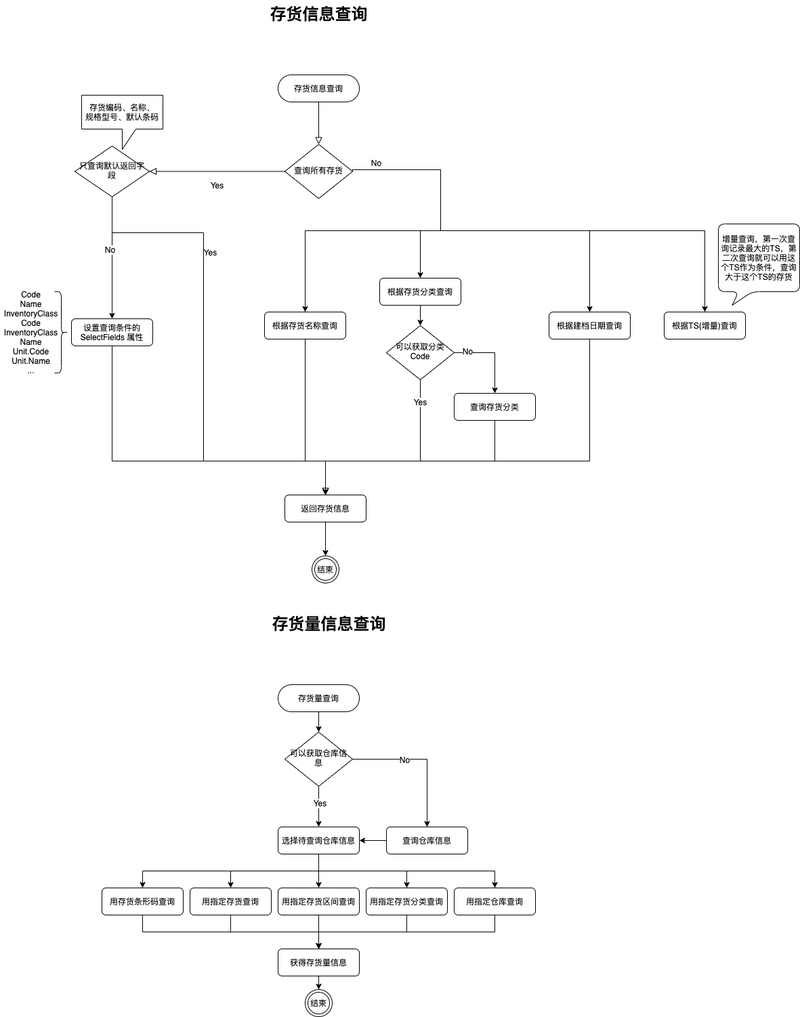
liuoomei/doc keeps this draw.io diagram as 查询存货信息流程图.png. Above is the earlier version. Source tidied: cells renumbered, new cells last; positions are measured from the earlier drawing's top-left corner, leaving out a move shared by most shapes.
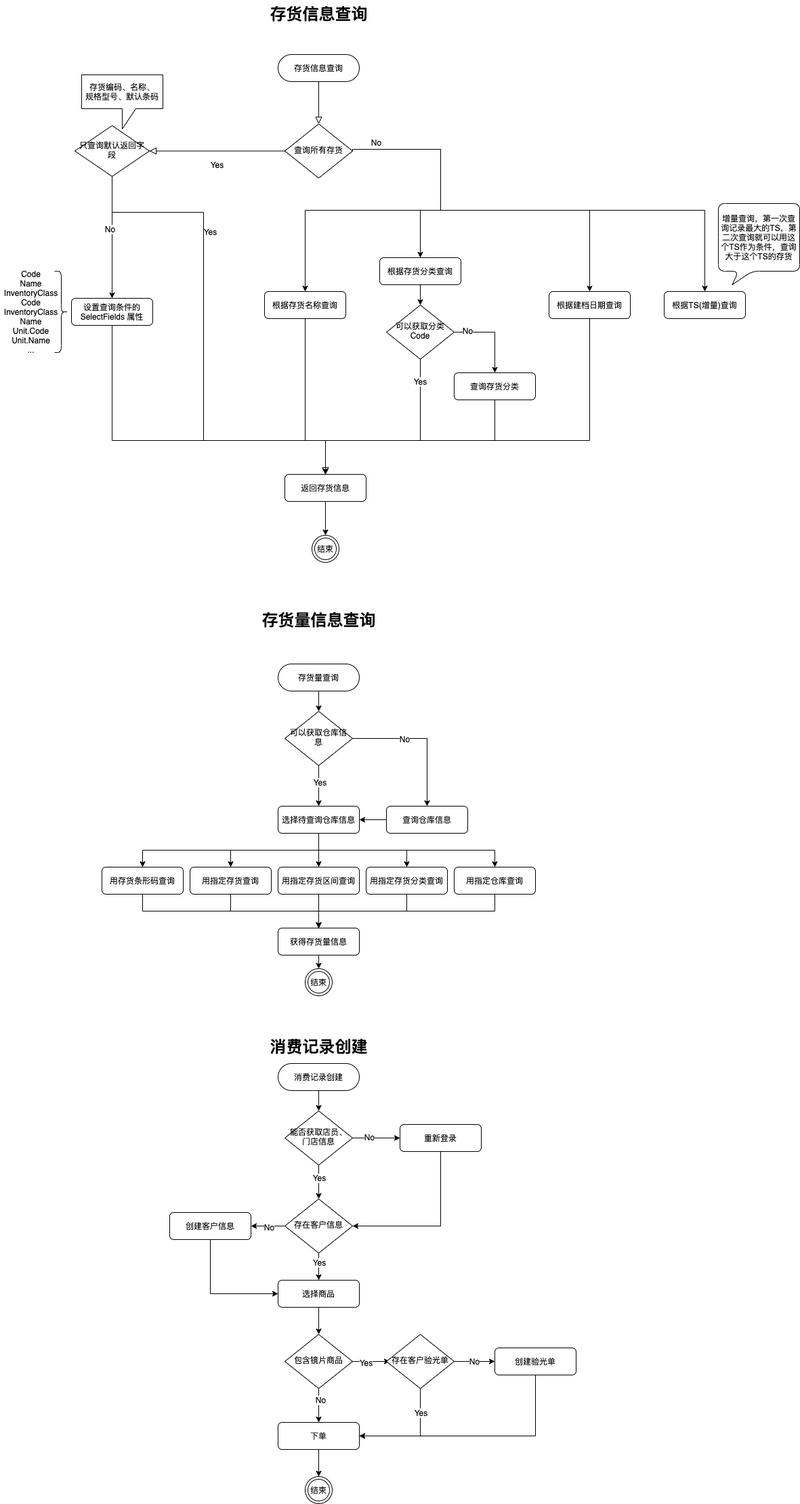
The same diagram one commit later.

Commit message:
Update 查询存货信息流程图.png

What changed in the source:
```diff
@@ -2,6 +2,9 @@
   <root>
     <mxCell id="0" />
     <mxCell id="1" parent="0" />
+    <mxCell id="39" value="根据建档日期查询" style="rounded=1;whiteSpace=wrap;html=1;fontSize=12;glass=0;strokeWidth=1;shadow=0;" parent="1" vertex="1">
+      <mxGeometry x="810" y="460" width="120" height="40" as="geometry" />
+    </mxCell>
     <mxCell id="2" style="rounded=0;html=1;jettySize=auto;fontSize=11;endArrow=block;endFill=0;endSize=8;strokeWidth=1;shadow=0;labelBackgroundColor=none;edgeStyle=orthogonalEdgeStyle;" parent="1" edge="1" source="3" target="10">
       <mxGeometry relative="1" as="geometry" />
     </mxCell>
@@ -152,7 +155,7 @@
       <mxGeometry x="980" y="460" width="120" height="40" as="geometry" />
     </mxCell>
     <mxCell id="32" value="存货信息查询" style="text;strokeColor=none;fillColor=none;html=1;fontSize=24;fontStyle=1;verticalAlign=middle;align=center;" parent="1" vertex="1">
-      <mxGeometry x="420" width="100" height="40" as="geometry" />
+      <mxGeometry x="420" y="30" width="100" height="40" as="geometry" />
     </mxCell>
     <mxCell id="33" value="结束&lt;br&gt;" style="ellipse;shape=doubleEllipse;whiteSpace=wrap;html=1;" parent="1" vertex="1">
       <mxGeometry x="460" y="820" width="40" height="40" as="geometry" />
@@ -160,6 +163,9 @@
     <mxCell id="34" value="结束&lt;br&gt;" style="ellipse;shape=doubleEllipse;whiteSpace=wrap;html=1;" parent="1" vertex="1">
       <mxGeometry x="450" y="1460" width="40" height="40" as="geometry" />
     </mxCell>
+    <mxCell id="69" value="结束&lt;br&gt;" style="ellipse;shape=doubleEllipse;whiteSpace=wrap;html=1;" parent="1" vertex="1">
+      <mxGeometry x="450" y="2210" width="40" height="40" as="geometry" />
+    </mxCell>
     <mxCell id="35" value="No&lt;br&gt;" style="text;html=1;align=center;verticalAlign=middle;" parent="1" vertex="1">
       <mxGeometry x="540" y="230" width="30" height="20" as="geometry" />
     </mxCell>
@@ -172,21 +178,27 @@
     <mxCell id="38" value="Code&lt;br&gt;Name&lt;br&gt;InventoryClass&lt;br&gt;Code&lt;br&gt;InventoryClass&lt;br&gt;Name&lt;br&gt;Unit.Code&lt;br&gt;Unit.Name&lt;br&gt;...&lt;br&gt;" style="text;html=1;align=center;verticalAlign=middle;" parent="1" vertex="1">
       <mxGeometry y="425" width="90" height="130" as="geometry" />
     </mxCell>
-    <mxCell id="39" value="根据建档日期查询" style="rounded=1;whiteSpace=wrap;html=1;fontSize=12;glass=0;strokeWidth=1;shadow=0;" parent="1" vertex="1">
-      <mxGeometry x="810" y="460" width="120" height="40" as="geometry" />
-    </mxCell>
     <mxCell id="40" value="增量查询，第一次查询记录最大的TS，第二次查询就可以用这个TS作为条件，查询大于这个TS的存货" style="shape=callout;whiteSpace=wrap;html=1;perimeter=calloutPerimeter;rounded=1;shadow=0;glass=0;strokeWidth=1;size=20;position=0.25;position2=0.17;" parent="1" vertex="1">
       <mxGeometry x="1060" y="330" width="120" height="120" as="geometry" />
     </mxCell>
     <mxCell id="41" value="存货量信息查询" style="text;strokeColor=none;fillColor=none;html=1;fontSize=24;fontStyle=1;verticalAlign=middle;align=center;" parent="1" vertex="1">
-      <mxGeometry x="335" y="910" width="300" height="20" as="geometry" />
+      <mxGeometry x="340" y="930" width="260" height="30" as="geometry" />
     </mxCell>
+    <mxCell id="70" value="消费记录创建&lt;br&gt;" style="text;strokeColor=none;fillColor=none;html=1;fontSize=24;fontStyle=1;verticalAlign=middle;align=center;" parent="1" vertex="1">
+      <mxGeometry x="340" y="1560" width="260" height="30" as="geometry" />
+    </mxCell>
     <mxCell id="42" style="edgeStyle=orthogonalEdgeStyle;rounded=0;jettySize=auto;html=1;" parent="1" edge="1" source="43" target="48">
       <mxGeometry relative="1" as="geometry" />
     </mxCell>
     <mxCell id="43" value="存货量查询&lt;br&gt;" style="rounded=1;whiteSpace=wrap;html=1;fontSize=12;glass=0;strokeWidth=1;shadow=0;arcSize=50;" parent="1" vertex="1">
       <mxGeometry x="410" y="1010" width="120" height="40" as="geometry" />
     </mxCell>
+    <mxCell id="71" style="edgeStyle=orthogonalEdgeStyle;rounded=0;jettySize=auto;html=1;" parent="1" edge="1" source="72" target="77">
+      <mxGeometry relative="1" as="geometry" />
+    </mxCell>
+    <mxCell id="72" value="消费记录创建" style="rounded=1;whiteSpace=wrap;html=1;fontSize=12;glass=0;strokeWidth=1;shadow=0;arcSize=50;" parent="1" vertex="1">
+      <mxGeometry x="410" y="1600" width="120" height="40" as="geometry" />
+    </mxCell>
     <mxCell id="44" style="edgeStyle=orthogonalEdgeStyle;rounded=0;jettySize=auto;html=1;" parent="1" edge="1" source="48" target="50">
       <mxGeometry relative="1" as="geometry" />
     </mxCell>
@@ -204,6 +216,67 @@
     <mxCell id="48" value="可以获取仓库信息" style="rhombus;whiteSpace=wrap;html=1;shadow=0;fontFamily=Helvetica;fontSize=12;align=center;strokeWidth=1;spacing=6;spacingTop=-4;" parent="1" vertex="1">
       <mxGeometry x="420" y="1080" width="100" height="80" as="geometry" />
     </mxCell>
+    <mxCell id="73" style="edgeStyle=orthogonalEdgeStyle;rounded=0;jettySize=auto;html=1;" parent="1" edge="1" source="77">
+      <mxGeometry relative="1" as="geometry">
+        <mxPoint x="470" y="1800" as="targetPoint" />
+      </mxGeometry>
+    </mxCell>
+    <mxCell id="74" value="Yes" style="edgeLabel;html=1;align=center;verticalAlign=middle;" parent="73" vertex="1">
+      <mxGeometry x="-0.28" relative="1" as="geometry" />
+    </mxCell>
+    <mxCell id="75" style="edgeStyle=orthogonalEdgeStyle;rounded=0;jettySize=auto;html=1;" parent="1" edge="1" source="77" target="93">
+      <mxGeometry relative="1" as="geometry" />
+    </mxCell>
+    <mxCell id="76" value="No" style="edgeLabel;html=1;align=center;verticalAlign=middle;" parent="75" vertex="1">
+      <mxGeometry x="-0.31" y="2" relative="1" as="geometry" />
+    </mxCell>
+    <mxCell id="77" value="能否获取店员、门店信息" style="rhombus;whiteSpace=wrap;html=1;shadow=0;fontFamily=Helvetica;fontSize=12;align=center;strokeWidth=1;spacing=6;spacingTop=-4;" parent="1" vertex="1">
+      <mxGeometry x="420" y="1670" width="100" height="80" as="geometry" />
+    </mxCell>
+    <mxCell id="78" style="edgeStyle=orthogonalEdgeStyle;rounded=0;jettySize=auto;html=1;" parent="1" edge="1" source="82" target="95">
+      <mxGeometry relative="1" as="geometry" />
+    </mxCell>
+    <mxCell id="79" value="No" style="edgeLabel;html=1;align=center;verticalAlign=middle;" parent="78" vertex="1">
+      <mxGeometry x="-0.05" y="1" relative="1" as="geometry" />
+    </mxCell>
+    <mxCell id="80" style="edgeStyle=orthogonalEdgeStyle;rounded=0;jettySize=auto;html=1;exitX=0.5;exitY=1;exitDx=0;exitDy=0;entryX=0.5;entryY=0;entryDx=0;entryDy=0;" parent="1" edge="1" source="82" target="101">
+      <mxGeometry relative="1" as="geometry" />
+    </mxCell>
+    <mxCell id="81" value="Yes" style="edgeLabel;html=1;align=center;verticalAlign=middle;" parent="80" vertex="1">
+      <mxGeometry x="-0.33" relative="1" as="geometry" />
+    </mxCell>
+    <mxCell id="82" value="存在客户信息" style="rhombus;whiteSpace=wrap;html=1;shadow=0;fontFamily=Helvetica;fontSize=12;align=center;strokeWidth=1;spacing=6;spacingTop=-4;" parent="1" vertex="1">
+      <mxGeometry x="420" y="1800" width="100" height="80" as="geometry" />
+    </mxCell>
+    <mxCell id="83" style="edgeStyle=orthogonalEdgeStyle;rounded=0;jettySize=auto;html=1;" parent="1" edge="1" source="87">
+      <mxGeometry relative="1" as="geometry">
+        <mxPoint x="575" y="2040" as="targetPoint" />
+      </mxGeometry>
+    </mxCell>
+    <mxCell id="84" value="Yes" style="edgeLabel;html=1;align=center;verticalAlign=middle;" parent="83" vertex="1">
+      <mxGeometry x="-0.31" y="-1" relative="1" as="geometry" />
+    </mxCell>
+    <mxCell id="85" style="edgeStyle=orthogonalEdgeStyle;rounded=0;jettySize=auto;html=1;" parent="1" edge="1" source="87" target="99">
+      <mxGeometry relative="1" as="geometry" />
+    </mxCell>
+    <mxCell id="86" value="No" style="edgeLabel;html=1;align=center;verticalAlign=middle;" parent="85" vertex="1">
+      <mxGeometry x="-0.36" y="2" relative="1" as="geometry" />
+    </mxCell>
+    <mxCell id="87" value="包含镜片商品" style="rhombus;whiteSpace=wrap;html=1;shadow=0;fontFamily=Helvetica;fontSize=12;align=center;strokeWidth=1;spacing=6;spacingTop=-4;" parent="1" vertex="1">
+      <mxGeometry x="420" y="2000" width="100" height="80" as="geometry" />
+    </mxCell>
+    <mxCell id="88" value="No" style="edgeStyle=orthogonalEdgeStyle;rounded=0;jettySize=auto;html=1;" parent="1" edge="1" source="91" target="97">
+      <mxGeometry relative="1" as="geometry" />
+    </mxCell>
+    <mxCell id="89" style="edgeStyle=orthogonalEdgeStyle;rounded=0;jettySize=auto;html=1;exitX=0.5;exitY=1;exitDx=0;exitDy=0;entryX=1;entryY=0.5;entryDx=0;entryDy=0;" parent="1" edge="1" source="91" target="99">
+      <mxGeometry relative="1" as="geometry" />
+    </mxCell>
+    <mxCell id="90" value="Yes" style="edgeLabel;html=1;align=center;verticalAlign=middle;" parent="89" vertex="1">
+      <mxGeometry x="-0.56" relative="1" as="geometry" />
+    </mxCell>
+    <mxCell id="91" value="存在客户验光单" style="rhombus;whiteSpace=wrap;html=1;shadow=0;fontFamily=Helvetica;fontSize=12;align=center;strokeWidth=1;spacing=6;spacingTop=-4;" parent="1" vertex="1">
+      <mxGeometry x="570" y="2000" width="100" height="80" as="geometry" />
+    </mxCell>
     <mxCell id="49" style="edgeStyle=orthogonalEdgeStyle;rounded=0;jettySize=auto;html=1;" parent="1" edge="1" source="50" target="68">
       <mxGeometry relative="1" as="geometry" />
     </mxCell>
@@ -236,6 +309,41 @@
     <mxCell id="58" value="获得存货量信息" style="rounded=1;whiteSpace=wrap;html=1;fontSize=12;glass=0;strokeWidth=1;shadow=0;" parent="1" vertex="1">
       <mxGeometry x="410" y="1400" width="120" height="40" as="geometry" />
     </mxCell>
+    <mxCell id="92" style="edgeStyle=orthogonalEdgeStyle;rounded=0;jettySize=auto;html=1;exitX=0.5;exitY=1;exitDx=0;exitDy=0;entryX=1;entryY=0.5;entryDx=0;entryDy=0;" parent="1" edge="1" source="93" target="82">
+      <mxGeometry relative="1" as="geometry" />
+    </mxCell>
+    <mxCell id="93" value="重新登录" style="rounded=1;whiteSpace=wrap;html=1;fontSize=12;glass=0;strokeWidth=1;shadow=0;" parent="1" vertex="1">
+      <mxGeometry x="590" y="1690" width="120" height="40" as="geometry" />
+    </mxCell>
+    <mxCell id="94" style="edgeStyle=orthogonalEdgeStyle;rounded=0;jettySize=auto;html=1;exitX=0.5;exitY=1;exitDx=0;exitDy=0;entryX=0;entryY=0.5;entryDx=0;entryDy=0;" parent="1" edge="1" source="95" target="101">
+      <mxGeometry relative="1" as="geometry" />
+    </mxCell>
+    <mxCell id="95" value="创建客户信息" style="rounded=1;whiteSpace=wrap;html=1;fontSize=12;glass=0;strokeWidth=1;shadow=0;" parent="1" vertex="1">
+      <mxGeometry x="250" y="1820" width="120" height="40" as="geometry" />
+    </mxCell>
+    <mxCell id="96" style="edgeStyle=orthogonalEdgeStyle;rounded=0;jettySize=auto;html=1;exitX=0.5;exitY=1;exitDx=0;exitDy=0;" parent="1" edge="1" source="97">
+      <mxGeometry relative="1" as="geometry">
+        <mxPoint x="530" y="2150" as="targetPoint" />
+        <Array as="points">
+          <mxPoint x="790" y="2150" />
+        </Array>
+      </mxGeometry>
+    </mxCell>
+    <mxCell id="97" value="创建验光单" style="rounded=1;whiteSpace=wrap;html=1;fontSize=12;glass=0;strokeWidth=1;shadow=0;" parent="1" vertex="1">
+      <mxGeometry x="730" y="2020" width="120" height="40" as="geometry" />
+    </mxCell>
+    <mxCell id="98" style="edgeStyle=orthogonalEdgeStyle;rounded=0;jettySize=auto;html=1;" parent="1" edge="1" source="99" target="69">
+      <mxGeometry relative="1" as="geometry" />
+    </mxCell>
+    <mxCell id="99" value="下单" style="rounded=1;whiteSpace=wrap;html=1;fontSize=12;glass=0;strokeWidth=1;shadow=0;" parent="1" vertex="1">
+      <mxGeometry x="410" y="2130" width="120" height="40" as="geometry" />
+    </mxCell>
+    <mxCell id="100" style="edgeStyle=orthogonalEdgeStyle;rounded=0;jettySize=auto;html=1;exitX=0.5;exitY=1;exitDx=0;exitDy=0;" parent="1" edge="1" source="101" target="87">
+      <mxGeometry relative="1" as="geometry" />
+    </mxCell>
+    <mxCell id="101" value="选择商品" style="rounded=1;whiteSpace=wrap;html=1;fontSize=12;glass=0;strokeWidth=1;shadow=0;" parent="1" vertex="1">
+      <mxGeometry x="410" y="1920" width="120" height="40" as="geometry" />
+    </mxCell>
     <mxCell id="59" style="edgeStyle=orthogonalEdgeStyle;rounded=0;jettySize=auto;html=1;exitX=0.5;exitY=1;exitDx=0;exitDy=0;" parent="1" edge="1" source="60">
       <mxGeometry relative="1" as="geometry">
         <mxPoint x="470" y="1400" as="targetPoint" />
```
